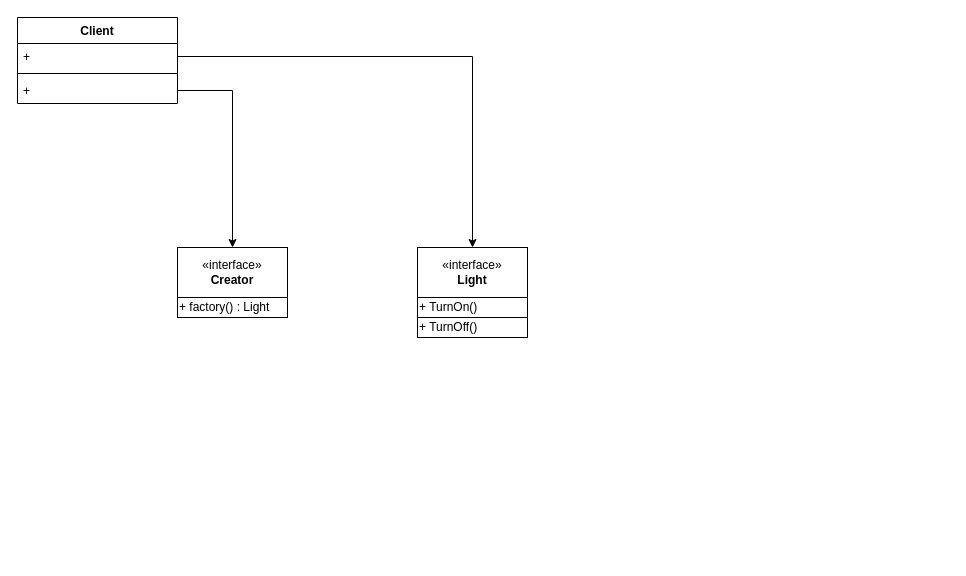
This is 设计模式/C语言设计模式/工厂方法模式.drawio from zhouyuming/MyNotes, a draw.io file, before an edit. Source tidied: cells renumbered, new cells numbered last; positions are measured from the earlier drawing's top-left corner, leaving out a move shared by most shapes. Both pictures are drawn from the tidied source at 100%, with x=0, y=0 at pixel (17, 17).
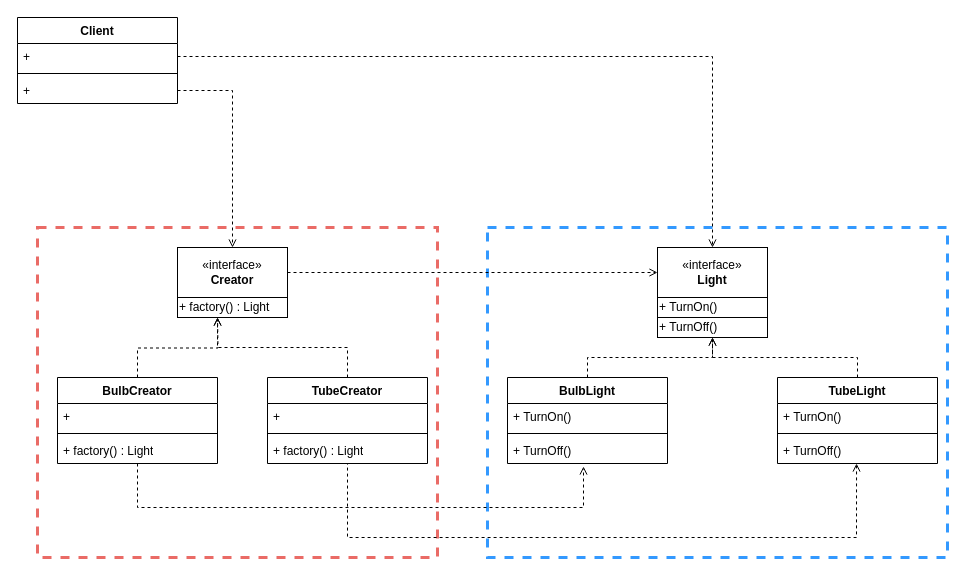
After the change.

Commit message:
更新工厂方法模式.drawio

Unchanged cells that the change refers to:
```xml
<mxCell id="3" value="+&amp;nbsp;" style="text;strokeColor=none;fillColor=none;align=left;verticalAlign=top;spacingLeft=4;spacingRight=4;overflow=hidden;points=[[0,0.5],[1,0.5]];portConstraint=eastwest;whiteSpace=wrap;html=1;" parent="2" vertex="1">
  <mxGeometry y="26" width="160" height="26" as="geometry" />
</mxCell>
<mxCell id="5" value="+&amp;nbsp;" style="text;strokeColor=none;fillColor=none;align=left;verticalAlign=top;spacingLeft=4;spacingRight=4;overflow=hidden;points=[[0,0.5],[1,0.5]];portConstraint=eastwest;whiteSpace=wrap;html=1;" parent="2" vertex="1">
  <mxGeometry y="60" width="160" height="26" as="geometry" />
</mxCell>
<mxCell id="7" value="«interface»&lt;br&gt;&lt;b&gt;Creator&lt;/b&gt;" style="html=1;whiteSpace=wrap;" parent="6" vertex="1">
  <mxGeometry width="110" height="50" as="geometry" />
</mxCell>
<mxCell id="8" value="+ factory() : Light" style="html=1;whiteSpace=wrap;align=left;" parent="6" vertex="1">
  <mxGeometry y="50" width="110" height="20" as="geometry" />
</mxCell>
<mxCell id="10" value="«interface»&lt;br&gt;&lt;b&gt;Light&lt;/b&gt;" style="html=1;whiteSpace=wrap;" parent="9" vertex="1">
  <mxGeometry width="110" height="50" as="geometry" />
</mxCell>
```

The edit, as a diff of the source:
```diff
@@
-<mxGraphModel>
+<mxGraphModel background="#ffffff">
@@
+    <mxCell id="15" style="rounded=0;whiteSpace=wrap;html=1;fillColor=none;dashed=1;strokeColor=#3399FF;strokeWidth=3;" parent="1" vertex="1">
+      <mxGeometry x="470" y="210" width="460" height="330" as="geometry" />
+    </mxCell>
+    <mxCell id="16" style="rounded=0;whiteSpace=wrap;html=1;fillColor=none;dashed=1;strokeColor=#EA6B66;strokeWidth=3;" parent="1" vertex="1">
+      <mxGeometry x="20" y="210" width="400" height="330" as="geometry" />
+    </mxCell>
@@
+    <mxCell id="13" style="edgeStyle=orthogonalEdgeStyle;rounded=0;jettySize=auto;html=1;exitX=1;exitY=0.5;exitDx=0;exitDy=0;entryX=0.5;entryY=0;entryDx=0;entryDy=0;dashed=1;endArrow=open;endFill=0;" parent="1" edge="1" source="3" target="10">
+      <mxGeometry relative="1" as="geometry" />
+    </mxCell>
+    <mxCell id="14" style="edgeStyle=orthogonalEdgeStyle;rounded=0;jettySize=auto;html=1;entryX=0.5;entryY=0;entryDx=0;entryDy=0;dashed=1;endArrow=open;endFill=0;" parent="1" edge="1" source="5" target="7">
+      <mxGeometry relative="1" as="geometry" />
+    </mxCell>
+    <mxCell id="17" style="edgeStyle=orthogonalEdgeStyle;rounded=0;jettySize=auto;html=1;dashed=1;endArrow=open;endFill=0;" parent="1" edge="1" source="18">
+      <mxGeometry relative="1" as="geometry">
+        <mxPoint x="200" y="300" as="targetPoint" />
+      </mxGeometry>
+    </mxCell>
+    <mxCell id="18" value="BulbCreator" style="swimlane;fontStyle=1;align=center;verticalAlign=top;horizontal=1;startSize=26;whiteSpace=wrap;html=1;labelBackgroundColor=default;" parent="1" vertex="1">
+      <mxGeometry x="40" y="360" width="160" height="86" as="geometry" />
+    </mxCell>
+    <mxCell id="19" value="+" style="text;strokeColor=none;fillColor=none;align=left;verticalAlign=top;spacingLeft=4;spacingRight=4;overflow=hidden;whiteSpace=wrap;html=1;" parent="18" vertex="1">
+      <mxGeometry y="26" width="160" height="26" as="geometry" />
+    </mxCell>
+    <mxCell id="20" style="line;strokeWidth=1;fillColor=none;align=left;verticalAlign=middle;spacingTop=-1;spacingLeft=3;spacingRight=3;labelPosition=right;strokeColor=inherit;" parent="18" vertex="1">
+      <mxGeometry y="52" width="160" height="8" as="geometry" />
+    </mxCell>
+    <mxCell id="21" value="+ factory() : Light" style="text;strokeColor=none;fillColor=none;align=left;verticalAlign=top;spacingLeft=4;spacingRight=4;overflow=hidden;whiteSpace=wrap;html=1;" parent="18" vertex="1">
+      <mxGeometry y="60" width="160" height="26" as="geometry" />
+    </mxCell>
+    <mxCell id="22" style="group;fillColor=none;labelBackgroundColor=#1c9b25;" parent="1" vertex="1">
+      <mxGeometry x="640" y="230" width="110" height="90" as="geometry" />
+    </mxCell>
-    <mxCell id="9" style="group;" parent="1" vertex="1">
-      <mxGeometry x="400" y="230" width="110" height="70" as="geometry" />
+    <mxCell id="9" style="group;" parent="22" vertex="1">
+      <mxGeometry width="110" height="70" as="geometry" />
     </mxCell>
@@
-    <mxCell id="12" value="+ TurnOff()&amp;nbsp;" style="html=1;whiteSpace=wrap;align=left;" parent="1" vertex="1">
-      <mxGeometry x="400" y="300" width="110" height="20" as="geometry" />
+    <mxCell id="12" value="+ TurnOff()&amp;nbsp;" style="html=1;whiteSpace=wrap;align=left;" parent="22" vertex="1">
+      <mxGeometry y="70" width="110" height="20" as="geometry" />
     </mxCell>
-    <mxCell id="13" style="edgeStyle=orthogonalEdgeStyle;rounded=0;jettySize=auto;html=1;exitX=1;exitY=0.5;exitDx=0;exitDy=0;entryX=0.5;entryY=0;entryDx=0;entryDy=0;" parent="1" edge="1" source="3" target="10">
-      <mxGeometry relative="1" as="geometry" />
-    </mxCell>
-    <mxCell id="14" style="edgeStyle=orthogonalEdgeStyle;rounded=0;jettySize=auto;html=1;entryX=0.5;entryY=0;entryDx=0;entryDy=0;" parent="1" edge="1" source="5" target="7">
-      <mxGeometry relative="1" as="geometry" />
-    </mxCell>
+    <mxCell id="23" value="TubeCreator" style="swimlane;fontStyle=1;align=center;verticalAlign=top;horizontal=1;startSize=26;whiteSpace=wrap;html=1;" parent="1" vertex="1">
+      <mxGeometry x="250" y="360" width="160" height="86" as="geometry" />
+    </mxCell>
+    <mxCell id="24" value="+&amp;nbsp;" style="text;strokeColor=none;fillColor=none;align=left;verticalAlign=top;spacingLeft=4;spacingRight=4;overflow=hidden;whiteSpace=wrap;html=1;" parent="23" vertex="1">
+      <mxGeometry y="26" width="160" height="26" as="geometry" />
+    </mxCell>
+    <mxCell id="25" style="line;strokeWidth=1;fillColor=none;align=left;verticalAlign=middle;spacingTop=-1;spacingLeft=3;spacingRight=3;labelPosition=right;strokeColor=inherit;" parent="23" vertex="1">
+      <mxGeometry y="52" width="160" height="8" as="geometry" />
+    </mxCell>
+    <mxCell id="26" value="+ factory() : Light" style="text;strokeColor=none;fillColor=none;align=left;verticalAlign=top;spacingLeft=4;spacingRight=4;overflow=hidden;points=[[0,0.5],[1,0.5]];portConstraint=eastwest;whiteSpace=wrap;html=1;" parent="23" vertex="1">
+      <mxGeometry y="60" width="160" height="26" as="geometry" />
+    </mxCell>
+    <mxCell id="27" style="edgeStyle=orthogonalEdgeStyle;rounded=0;jettySize=auto;html=1;exitX=0.5;exitY=0;exitDx=0;exitDy=0;entryX=0.5;entryY=1;entryDx=0;entryDy=0;dashed=1;endArrow=open;endFill=0;" parent="1" edge="1" source="28" target="12">
+      <mxGeometry relative="1" as="geometry" />
+    </mxCell>
+    <mxCell id="28" value="BulbLight" style="swimlane;fontStyle=1;align=center;verticalAlign=top;horizontal=1;startSize=26;whiteSpace=wrap;html=1;" parent="1" vertex="1">
+      <mxGeometry x="490" y="360" width="160" height="86" as="geometry" />
+    </mxCell>
+    <mxCell id="29" value="+ TurnOn()&amp;nbsp;" style="text;strokeColor=none;fillColor=none;align=left;verticalAlign=top;spacingLeft=4;spacingRight=4;overflow=hidden;whiteSpace=wrap;html=1;" parent="28" vertex="1">
+      <mxGeometry y="26" width="160" height="26" as="geometry" />
+    </mxCell>
+    <mxCell id="30" style="line;strokeWidth=1;fillColor=none;align=left;verticalAlign=middle;spacingTop=-1;spacingLeft=3;spacingRight=3;labelPosition=right;strokeColor=inherit;" parent="28" vertex="1">
+      <mxGeometry y="52" width="160" height="8" as="geometry" />
+    </mxCell>
+    <mxCell id="31" value="+ TurnOff()&amp;nbsp;" style="text;strokeColor=none;fillColor=none;align=left;verticalAlign=top;spacingLeft=4;spacingRight=4;overflow=hidden;points=[[0,0.5],[1,0.5]];portConstraint=eastwest;whiteSpace=wrap;html=1;" parent="28" vertex="1">
+      <mxGeometry y="60" width="160" height="26" as="geometry" />
+    </mxCell>
+    <mxCell id="32" style="edgeStyle=orthogonalEdgeStyle;rounded=0;jettySize=auto;html=1;exitX=0.5;exitY=0;exitDx=0;exitDy=0;entryX=0.5;entryY=1;entryDx=0;entryDy=0;dashed=1;endArrow=open;endFill=0;" parent="1" edge="1" source="33" target="12">
+      <mxGeometry relative="1" as="geometry" />
+    </mxCell>
+    <mxCell id="33" value="TubeLight" style="swimlane;fontStyle=1;align=center;verticalAlign=top;horizontal=1;startSize=26;whiteSpace=wrap;html=1;" parent="1" vertex="1">
+      <mxGeometry x="760" y="360" width="160" height="86" as="geometry" />
+    </mxCell>
+    <mxCell id="34" value="+ TurnOn()&amp;nbsp;" style="text;strokeColor=none;fillColor=none;align=left;verticalAlign=top;spacingLeft=4;spacingRight=4;overflow=hidden;whiteSpace=wrap;html=1;" parent="33" vertex="1">
+      <mxGeometry y="26" width="160" height="26" as="geometry" />
+    </mxCell>
+    <mxCell id="35" style="line;strokeWidth=1;fillColor=none;align=left;verticalAlign=middle;spacingTop=-1;spacingLeft=3;spacingRight=3;labelPosition=right;strokeColor=inherit;" parent="33" vertex="1">
+      <mxGeometry y="52" width="160" height="8" as="geometry" />
+    </mxCell>
+    <mxCell id="36" value="+ TurnOff()&amp;nbsp;" style="text;strokeColor=none;fillColor=none;align=left;verticalAlign=top;spacingLeft=4;spacingRight=4;overflow=hidden;points=[[0,0.5],[1,0.5]];portConstraint=eastwest;whiteSpace=wrap;html=1;" parent="33" vertex="1">
+      <mxGeometry y="60" width="160" height="26" as="geometry" />
+    </mxCell>
+    <mxCell id="37" style="edgeStyle=orthogonalEdgeStyle;rounded=0;jettySize=auto;html=1;entryX=0;entryY=0.5;entryDx=0;entryDy=0;dashed=1;endArrow=open;endFill=0;" parent="1" edge="1" source="7" target="10">
+      <mxGeometry relative="1" as="geometry" />
+    </mxCell>
+    <mxCell id="38" style="edgeStyle=orthogonalEdgeStyle;rounded=0;jettySize=auto;html=1;exitX=0.5;exitY=0;exitDx=0;exitDy=0;entryX=0.364;entryY=1;entryDx=0;entryDy=0;entryPerimeter=0;dashed=1;endArrow=open;endFill=0;" parent="1" edge="1" source="23" target="8">
+      <mxGeometry relative="1" as="geometry" />
+    </mxCell>
+    <mxCell id="39" style="edgeStyle=orthogonalEdgeStyle;rounded=0;jettySize=auto;html=1;entryX=0.475;entryY=1.115;entryDx=0;entryDy=0;entryPerimeter=0;dashed=1;endArrow=open;endFill=0;" parent="1" edge="1" source="18" target="31">
+      <mxGeometry relative="1" as="geometry">
+        <Array as="points">
+          <mxPoint x="120" y="490" />
+          <mxPoint x="566" y="490" />
+        </Array>
+      </mxGeometry>
+    </mxCell>
+    <mxCell id="40" style="edgeStyle=orthogonalEdgeStyle;rounded=0;jettySize=auto;html=1;entryX=0.494;entryY=1;entryDx=0;entryDy=0;entryPerimeter=0;exitX=0.488;exitY=1;exitDx=0;exitDy=0;exitPerimeter=0;dashed=1;endArrow=open;endFill=0;" parent="1" edge="1" source="26" target="36">
+      <mxGeometry relative="1" as="geometry">
+        <Array as="points">
+          <mxPoint x="330" y="446" />
+          <mxPoint x="330" y="520" />
+          <mxPoint x="839" y="520" />
+        </Array>
+      </mxGeometry>
+    </mxCell>
```
